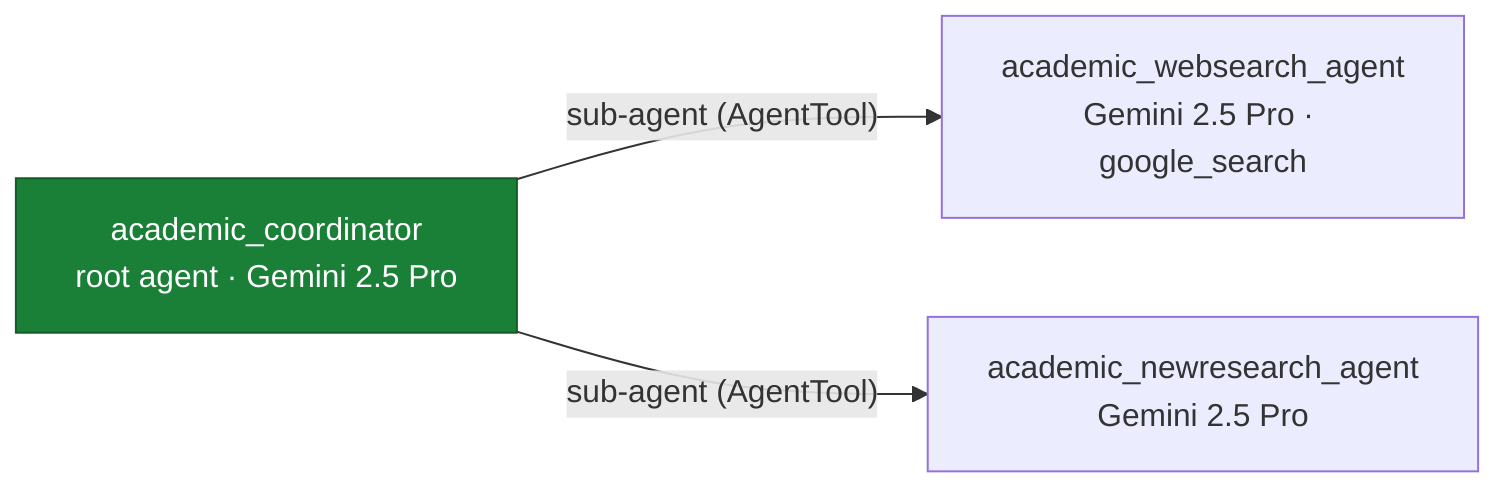
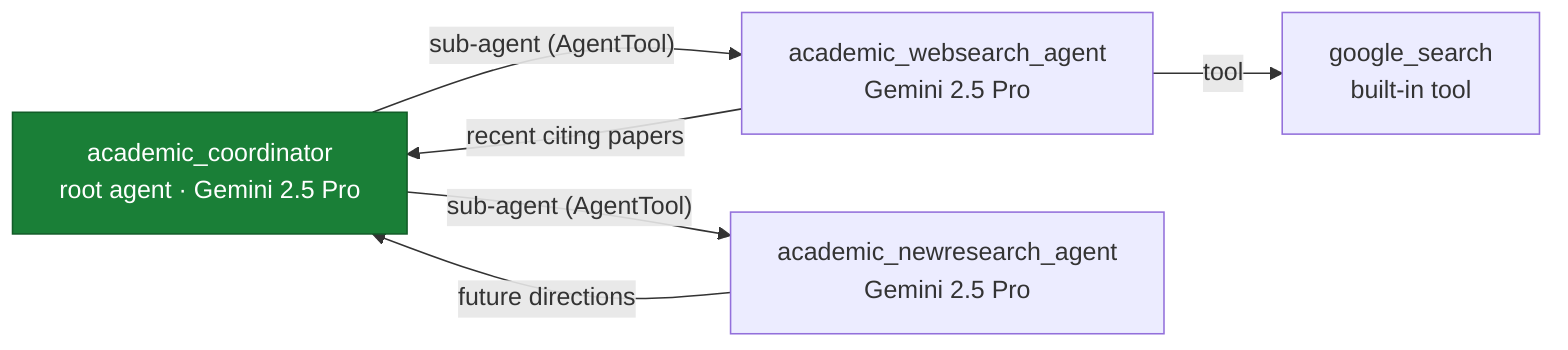
flowchart LR
    coordinator["academic_coordinator<br/>root agent · Gemini 2.5 Pro"]
-     websearch["academic_websearch_agent<br/>Gemini 2.5 Pro · google_search"]
+     websearch["academic_websearch_agent<br/>Gemini 2.5 Pro"]
    newresearch["academic_newresearch_agent<br/>Gemini 2.5 Pro"]
+     googlesearch["google_search<br/>built-in tool"]

    coordinator -->|"sub-agent (AgentTool)"| websearch
    coordinator -->|"sub-agent (AgentTool)"| newresearch
+     websearch -->|"tool"| googlesearch
+     websearch -->|"recent citing papers"| coordinator
+     newresearch -->|"future directions"| coordinator

    style coordinator fill:#1a7f37,stroke:#125c28,color:#ffffff
